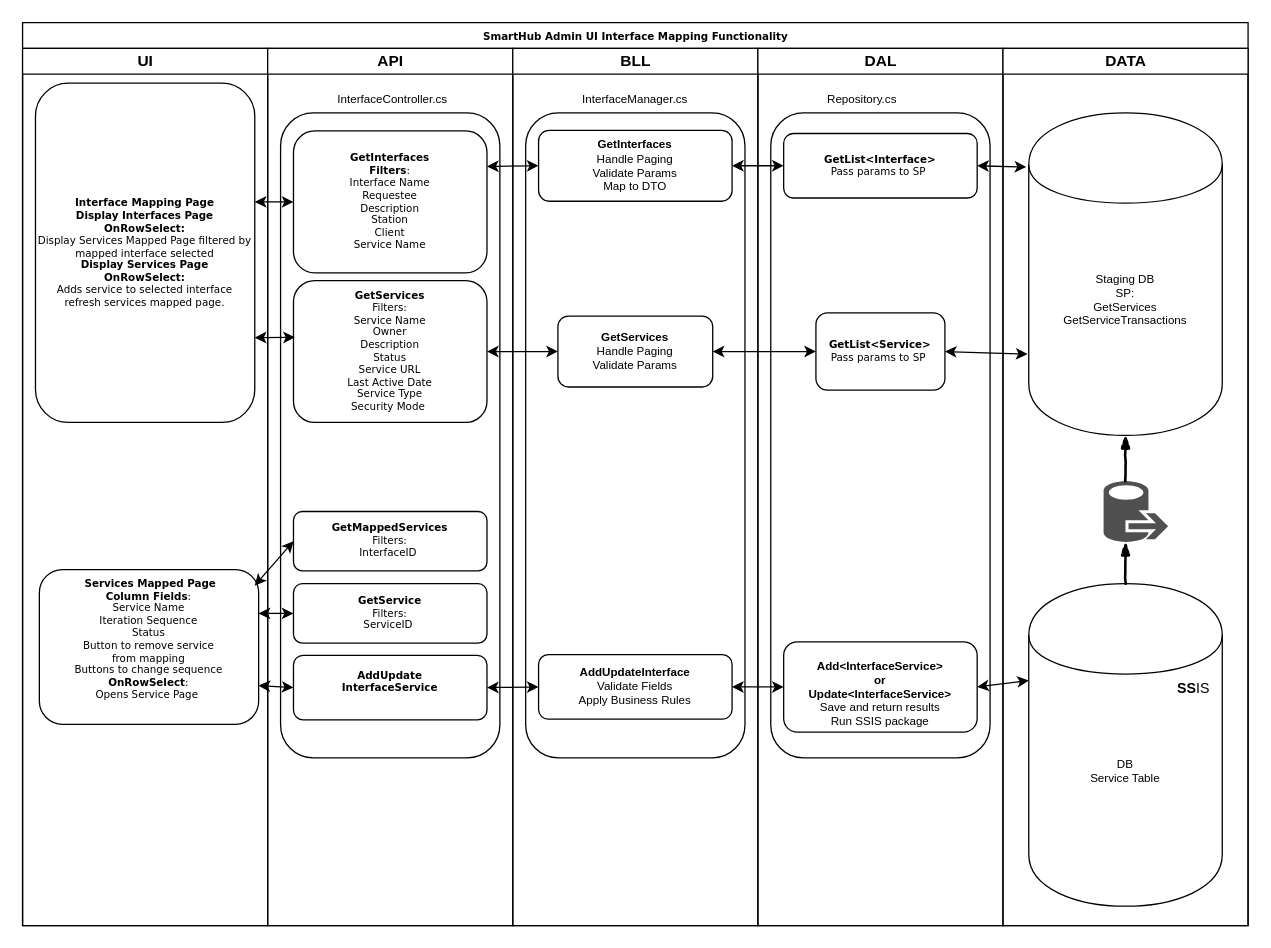
Earlier version of the draw.io diagram SHAdminUI-InterfaceMapping-Functionality.drawio (Cyrolies/TigersFreightDocs). Source tidied: cells renumbered, new cells numbered last; positions are measured from the earlier drawing's top-left corner, leaving out a move shared by most shapes. Both pictures are drawn from the tidied source at 129%, with x=0, y=0 at pixel (22, 22).
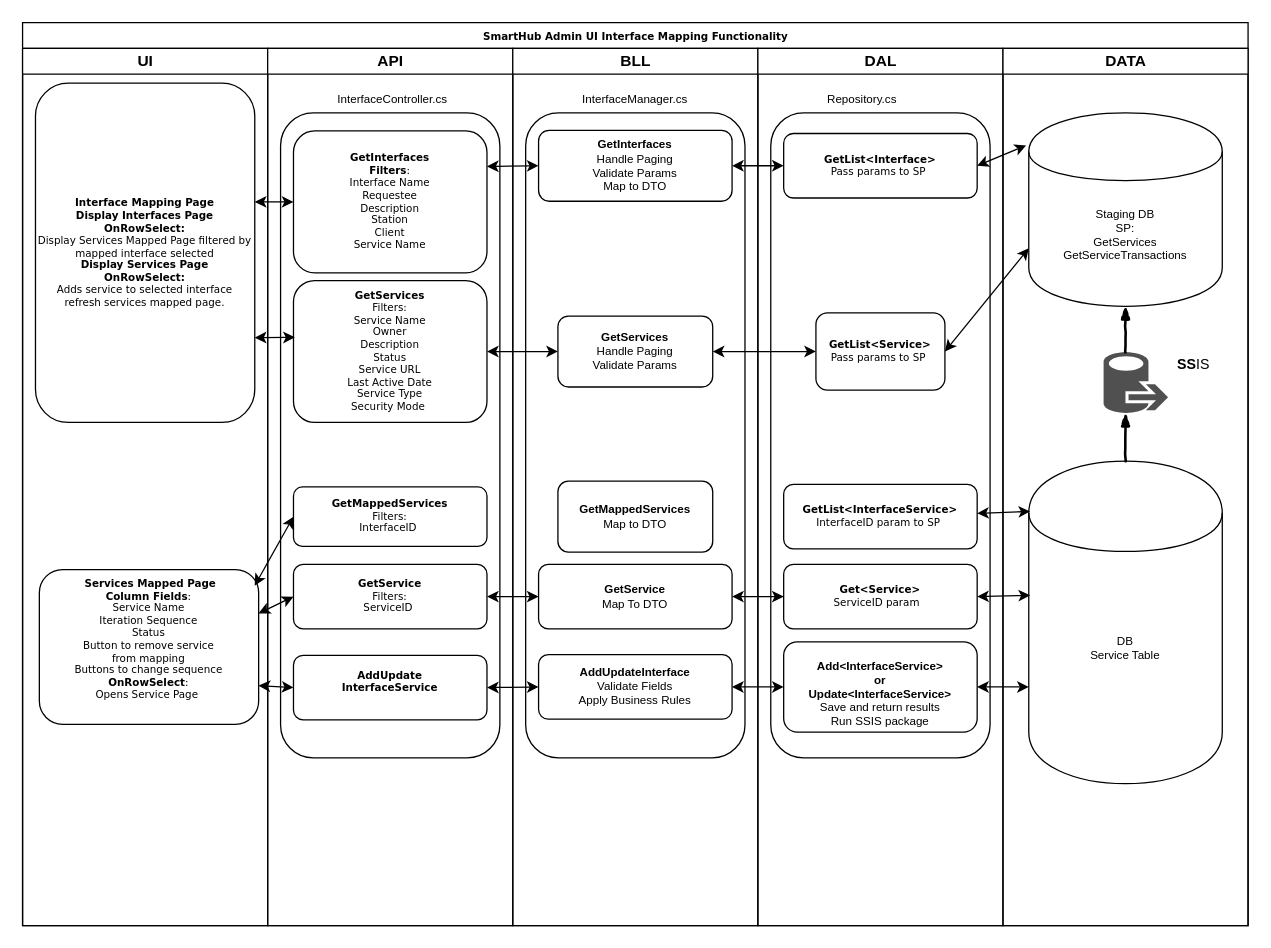
The same diagram, later.

The change refers to these unchanged cells:
```xml
<mxCell id="2" value="SmartHub Admin UI Interface Mapping Functionality" style="swimlane;html=1;startSize=20;rounded=0;shadow=0;labelBackgroundColor=none;strokeColor=#000000;strokeWidth=1;fillColor=#ffffff;fontFamily=Verdana;fontSize=8;fontColor=#000000;align=center;verticalAlign=top;" parent="1" vertex="1">
  <mxGeometry width="950" height="700" as="geometry" />
</mxCell>
<mxCell id="6" value="API" style="swimlane;html=1;startSize=20;" parent="2" vertex="1">
  <mxGeometry x="190" y="20" width="190" height="680" as="geometry" />
</mxCell>
<mxCell id="14" value="BLL" style="swimlane;html=1;startSize=20;" parent="2" vertex="1">
  <mxGeometry x="380" y="20" width="190" height="680" as="geometry" />
</mxCell>
<mxCell id="20" value="DAL" style="swimlane;html=1;startSize=20;" parent="2" vertex="1">
  <mxGeometry x="570" y="20" width="190" height="680" as="geometry" />
</mxCell>
<mxCell id="23" value="&amp;nbsp;&lt;br&gt;&lt;b&gt;Add&amp;lt;InterfaceService&amp;gt;&lt;/b&gt;&lt;br&gt;&lt;b&gt;or&lt;br&gt;Update&amp;lt;InterfaceService&amp;gt;&lt;/b&gt;&lt;br&gt;Save and return results&lt;br&gt;Run SSIS package" style="rounded=1;whiteSpace=wrap;html=1;fontSize=9;align=center;" parent="20" vertex="1">
  <mxGeometry x="20" y="460" width="150" height="70" as="geometry" />
</mxCell>
<mxCell id="25" value="&lt;b&gt;GetList&amp;lt;Service&amp;gt;&lt;br&gt;&lt;/b&gt;Pass params to SP&amp;nbsp;" style="rounded=1;whiteSpace=wrap;html=1;shadow=0;labelBackgroundColor=none;strokeColor=#000000;strokeWidth=1;fillColor=#ffffff;fontFamily=Verdana;fontSize=8;fontColor=#000000;align=center;" parent="20" vertex="1">
  <mxGeometry x="45" y="205" width="100" height="60" as="geometry" />
</mxCell>
<mxCell id="31" value="DATA" style="swimlane;html=1;startSize=20;align=center;" parent="2" vertex="1">
  <mxGeometry x="760" y="20" width="190" height="680" as="geometry" />
</mxCell>
```

Diff of the diagram source:
```diff
@@
     <mxCell id="12" value="&lt;b&gt;GetMappedServices&lt;br&gt;&lt;/b&gt;Filters:&lt;br&gt;InterfaceID&amp;nbsp;" style="rounded=1;whiteSpace=wrap;html=1;shadow=0;labelBackgroundColor=none;strokeColor=#000000;strokeWidth=1;fillColor=#ffffff;fontFamily=Verdana;fontSize=8;fontColor=#000000;align=center;" parent="6" vertex="1">
-      <mxGeometry x="20" y="359" width="150" height="46" as="geometry" />
+      <mxGeometry x="20" y="340" width="150" height="46" as="geometry" />
     </mxCell>
     <mxCell id="13" value="&lt;b&gt;GetService&lt;br&gt;&lt;/b&gt;Filters:&lt;br&gt;ServiceID&amp;nbsp;" style="rounded=1;whiteSpace=wrap;html=1;shadow=0;labelBackgroundColor=none;strokeColor=#000000;strokeWidth=1;fillColor=#ffffff;fontFamily=Verdana;fontSize=8;fontColor=#000000;align=center;" parent="6" vertex="1">
-      <mxGeometry x="20" y="415" width="150" height="46" as="geometry" />
+      <mxGeometry x="20" y="400" width="150" height="50" as="geometry" />
     </mxCell>
@@
+    <mxCell id="47" value="&lt;b&gt;GetService&lt;/b&gt;&lt;br&gt;Map To DTO" style="rounded=1;whiteSpace=wrap;html=1;fontSize=9;align=center;" parent="14" vertex="1">
+      <mxGeometry x="20" y="400" width="150" height="50" as="geometry" />
+    </mxCell>
+    <mxCell id="48" value="&lt;b&gt;GetMappedServices&lt;/b&gt;&lt;br&gt;Map to DTO" style="rounded=1;whiteSpace=wrap;html=1;fontSize=9;align=center;" parent="14" vertex="1">
+      <mxGeometry x="35" y="335.5" width="120" height="55" as="geometry" />
+    </mxCell>
@@
+    <mxCell id="49" value="&lt;b&gt;Get&amp;lt;Service&amp;gt;&lt;br&gt;&lt;/b&gt;ServiceID param&amp;nbsp;&amp;nbsp;" style="rounded=1;whiteSpace=wrap;html=1;shadow=0;labelBackgroundColor=none;strokeColor=#000000;strokeWidth=1;fillColor=#ffffff;fontFamily=Verdana;fontSize=8;fontColor=#000000;align=center;" parent="20" vertex="1">
+      <mxGeometry x="20" y="400" width="150" height="50" as="geometry" />
+    </mxCell>
+    <mxCell id="50" value="&lt;b&gt;GetList&amp;lt;InterfaceService&amp;gt;&lt;br&gt;&lt;/b&gt;InterfaceID param to SP&amp;nbsp;" style="rounded=1;whiteSpace=wrap;html=1;shadow=0;labelBackgroundColor=none;strokeColor=#000000;strokeWidth=1;fillColor=#ffffff;fontFamily=Verdana;fontSize=8;fontColor=#000000;align=center;" parent="20" vertex="1">
+      <mxGeometry x="20" y="338" width="150" height="50" as="geometry" />
+    </mxCell>
@@
     <mxCell id="32" value="Staging DB&lt;br&gt;SP:&lt;br&gt;GetServices&lt;br&gt;GetServiceTransactions" style="shape=cylinder;whiteSpace=wrap;html=1;boundedLbl=1;backgroundOutline=1;fontSize=9;align=center;" parent="31" vertex="1">
-      <mxGeometry x="20" y="50" width="150" height="250" as="geometry" />
+      <mxGeometry x="20" y="50" width="150" height="150" as="geometry" />
     </mxCell>
     <mxCell id="33" value="DB&lt;br&gt;Service Table" style="shape=cylinder;whiteSpace=wrap;html=1;boundedLbl=1;backgroundOutline=1;fontSize=9;align=center;" parent="31" vertex="1">
-      <mxGeometry x="20" y="415" width="150" height="250" as="geometry" />
+      <mxGeometry x="20" y="320" width="150" height="250" as="geometry" />
     </mxCell>
     <mxCell id="34" style="shadow=0;dashed=0;html=1;strokeColor=none;labelPosition=center;verticalLabelPosition=bottom;verticalAlign=top;align=center;shape=mxgraph.mscae.intune.data_migration_wizard;fillColor=#505050;fontSize=9;" parent="31" vertex="1">
-      <mxGeometry x="78" y="335" width="50" height="48" as="geometry" />
+      <mxGeometry x="78" y="235" width="50" height="48" as="geometry" />
     </mxCell>
@@
     <mxCell id="36" value="&lt;font style=&quot;font-size: 11px&quot;&gt;&lt;b&gt;SS&lt;/b&gt;IS&lt;/font&gt;" style="text;html=1;strokeColor=none;fillColor=none;align=center;verticalAlign=middle;whiteSpace=wrap;rounded=0;fontSize=9;" parent="31" vertex="1">
-      <mxGeometry x="128" y="485.5" width="40" height="20" as="geometry" />
+      <mxGeometry x="128" y="235" width="40" height="20" as="geometry" />
     </mxCell>
@@
-    <mxCell id="39" style="endArrow=classic;startArrow=classic;html=1;exitX=1;exitY=0.5;exitDx=0;exitDy=0;entryX=0;entryY=0.3;entryDx=0;entryDy=0;" parent="2" edge="1" source="23" target="33">
+    <mxCell id="39" style="endArrow=classic;startArrow=classic;html=1;exitX=1;exitY=0.5;exitDx=0;exitDy=0;entryX=0;entryY=0.7;entryDx=0;entryDy=0;" parent="2" edge="1" source="23" target="33">
       <mxGeometry relative="1" as="geometry" />
     </mxCell>
@@
-    <mxCell id="46" style="endArrow=classic;startArrow=classic;html=1;exitX=1;exitY=0.5;exitDx=0;exitDy=0;" parent="2" edge="1" source="25">
-      <mxGeometry relative="1" as="geometry">
-        <mxPoint x="779" y="257" as="targetPoint" />
-      </mxGeometry>
+    <mxCell id="46" style="endArrow=classic;startArrow=classic;html=1;exitX=1;exitY=0.5;exitDx=0;exitDy=0;entryX=0;entryY=0.7;entryDx=0;entryDy=0;" parent="2" edge="1" source="25" target="32">
+      <mxGeometry relative="1" as="geometry" />
     </mxCell>
+    <mxCell id="51" style="endArrow=classic;startArrow=classic;html=1;entryX=0;entryY=0.5;entryDx=0;entryDy=0;exitX=1;exitY=0.5;exitDx=0;exitDy=0;" parent="2" edge="1" source="13" target="47">
+      <mxGeometry relative="1" as="geometry" />
+    </mxCell>
+    <mxCell id="52" style="endArrow=classic;startArrow=classic;html=1;entryX=0;entryY=0.5;entryDx=0;entryDy=0;exitX=1;exitY=0.5;exitDx=0;exitDy=0;" parent="2" edge="1" source="47" target="49">
+      <mxGeometry relative="1" as="geometry" />
+    </mxCell>
+    <mxCell id="53" style="endArrow=classic;startArrow=classic;html=1;entryX=0.007;entryY=0.156;entryDx=0;entryDy=0;entryPerimeter=0;" parent="2" edge="1" source="50" target="33">
+      <mxGeometry relative="1" as="geometry" />
+    </mxCell>
+    <mxCell id="54" style="endArrow=classic;startArrow=classic;html=1;exitX=1;exitY=0.5;exitDx=0;exitDy=0;entryX=0.007;entryY=0.416;entryDx=0;entryDy=0;entryPerimeter=0;" parent="2" edge="1" source="49" target="33">
+      <mxGeometry relative="1" as="geometry" />
+    </mxCell>
```
